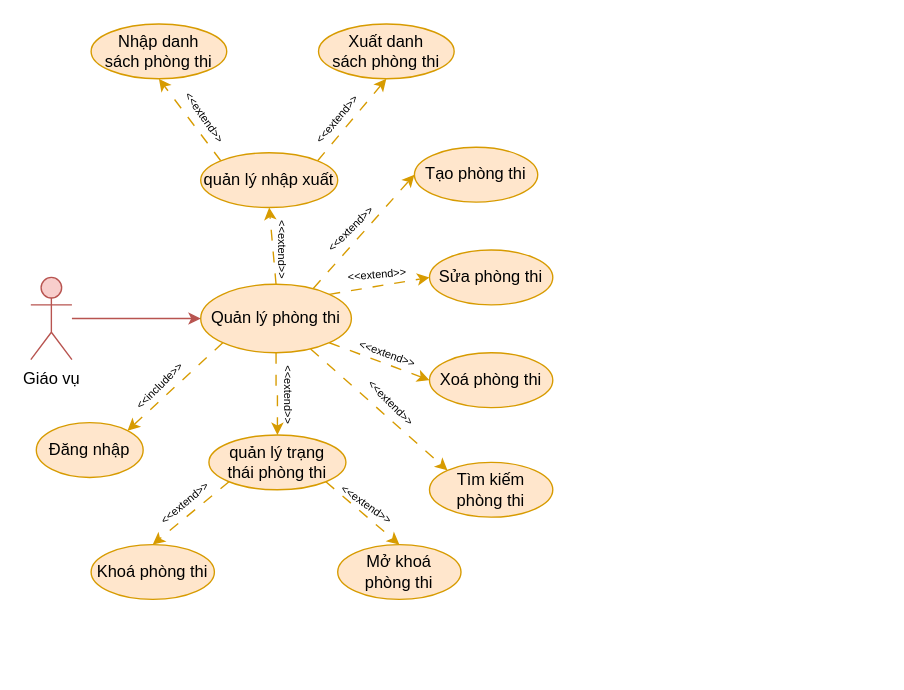
Earlier version of the draw.io diagram document/temp/draw/usecase_phanra/usecase_quanlyphongthi.drawio (copecute/Edudex-Quiz). Source tidied: cells renumbered, new cells numbered last; positions are measured from the earlier drawing's top-left corner, leaving out a move shared by most shapes. Both pictures are drawn from the tidied source at 137%, with x=0, y=0 at pixel (30, 23).
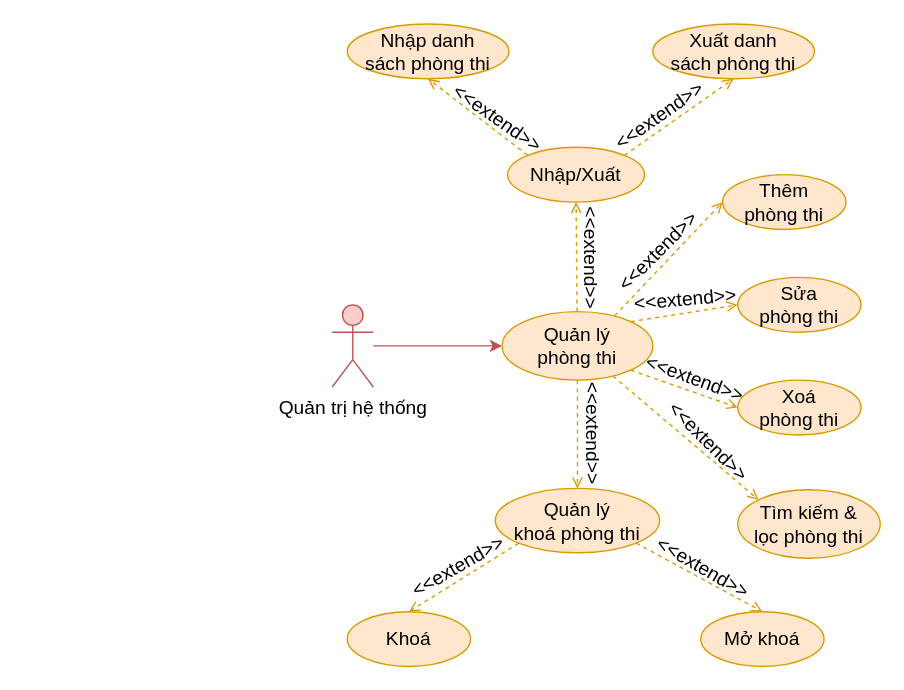
The same page after the edit.

Change to the diagram source:
```diff
@@
-    <mxCell id="2" value="&lt;font style=&quot;font-size: 8px;&quot;&gt;&amp;lt;&amp;lt;extend&amp;gt;&amp;gt;&lt;/font&gt;" style="text;html=1;strokeColor=none;fillColor=none;align=center;verticalAlign=middle;whiteSpace=wrap;rounded=0;rotation=90;" parent="1" vertex="1">
-      <mxGeometry x="155" y="150" width="60" height="30" as="geometry" />
-    </mxCell>
-    <mxCell id="3" style="rounded=0;jettySize=auto;html=1;entryX=0;entryY=0;entryDx=0;entryDy=0;fillColor=#ffe6cc;strokeColor=#d79b00;dashed=1;dashPattern=8 8;" parent="1" edge="1" source="7" target="14">
-      <mxGeometry relative="1" as="geometry" />
-    </mxCell>
-    <mxCell id="4" style="edgeStyle=orthogonalEdgeStyle;rounded=0;jettySize=auto;html=1;entryX=0.5;entryY=0;entryDx=0;entryDy=0;fillColor=#ffe6cc;strokeColor=#d79b00;dashed=1;dashPattern=8 8;" parent="1" edge="1" source="7" target="21">
-      <mxGeometry relative="1" as="geometry" />
-    </mxCell>
-    <mxCell id="5" style="rounded=0;jettySize=auto;html=1;exitX=0.5;exitY=0;exitDx=0;exitDy=0;entryX=0.5;entryY=1;entryDx=0;entryDy=0;fillColor=#ffe6cc;strokeColor=#d79b00;dashed=1;dashPattern=8 8;" parent="1" edge="1" source="7" target="29">
-      <mxGeometry relative="1" as="geometry" />
-    </mxCell>
-    <mxCell id="6" style="rounded=0;jettySize=auto;html=1;exitX=0;exitY=1;exitDx=0;exitDy=0;entryX=1;entryY=0;entryDx=0;entryDy=0;dashed=1;dashPattern=8 8;fillColor=#ffe6cc;strokeColor=#d79b00;" parent="1" edge="1" source="7" target="36">
-      <mxGeometry relative="1" as="geometry" />
-    </mxCell>
+    <mxCell id="38" style="rounded=0;jettySize=auto;html=1;entryX=0;entryY=0;entryDx=0;entryDy=0;fillColor=#ffe6cc;strokeColor=#d79b00;dashed=1;fontSize=14;endArrow=open;endFill=0;" parent="1" edge="1" source="7" target="43">
+      <mxGeometry relative="1" as="geometry" />
+    </mxCell>
+    <mxCell id="39" style="edgeStyle=orthogonalEdgeStyle;rounded=0;jettySize=auto;html=1;entryX=0.5;entryY=0;entryDx=0;entryDy=0;fillColor=#ffe6cc;strokeColor=#d79b00;dashed=1;fontSize=14;endArrow=open;endFill=0;" parent="1" edge="1" source="7" target="50">
+      <mxGeometry relative="1" as="geometry" />
+    </mxCell>
+    <mxCell id="40" style="rounded=0;jettySize=auto;html=1;entryX=0.5;entryY=1;entryDx=0;entryDy=0;fillColor=#ffe6cc;strokeColor=#d79b00;dashed=1;fontSize=14;endArrow=open;endFill=0;" parent="1" edge="1" source="7" target="58">
+      <mxGeometry relative="1" as="geometry" />
+    </mxCell>
-    <mxCell id="7" value="Quản lý phòng thi" style="ellipse;whiteSpace=wrap;html=1;fillColor=#ffe6cc;strokeColor=#d79b00;" parent="1" vertex="1">
-      <mxGeometry x="124" y="190" width="110" height="50" as="geometry" />
+    <mxCell id="7" value="Quản lý&lt;br&gt;phòng thi" style="ellipse;whiteSpace=wrap;html=1;fillColor=#ffe6cc;strokeColor=#d79b00;fontSize=14;" parent="1" vertex="1">
+      <mxGeometry x="344" y="210" width="110" height="50" as="geometry" />
     </mxCell>
-    <mxCell id="8" style="rounded=0;jettySize=auto;html=1;entryX=0;entryY=0.5;entryDx=0;entryDy=0;fillColor=#ffe6cc;strokeColor=#d79b00;exitX=0.747;exitY=0.061;exitDx=0;exitDy=0;exitPerimeter=0;dashed=1;dashPattern=8 8;" parent="1" edge="1" source="7" target="11">
-      <mxGeometry relative="1" as="geometry" />
-    </mxCell>
+    <mxCell id="41" style="rounded=0;jettySize=auto;html=1;entryX=0;entryY=0.5;entryDx=0;entryDy=0;fillColor=#ffe6cc;strokeColor=#d79b00;exitX=0.747;exitY=0.061;exitDx=0;exitDy=0;exitPerimeter=0;dashed=1;fontSize=14;endArrow=open;endFill=0;" parent="1" edge="1" source="7" target="42">
+      <mxGeometry relative="1" as="geometry" />
+    </mxCell>
-    <mxCell id="9" style="rounded=0;jettySize=auto;html=1;entryX=0;entryY=0.5;entryDx=0;entryDy=0;fillColor=#ffe6cc;strokeColor=#d79b00;exitX=1;exitY=0;exitDx=0;exitDy=0;dashed=1;dashPattern=8 8;" parent="1" edge="1" source="7" target="12">
+    <mxCell id="9" style="rounded=0;jettySize=auto;html=1;entryX=0;entryY=0.5;entryDx=0;entryDy=0;fillColor=#ffe6cc;strokeColor=#d79b00;exitX=1;exitY=0;exitDx=0;exitDy=0;dashed=1;fontSize=14;endArrow=open;endFill=0;" parent="1" edge="1" source="7" target="12">
       <mxGeometry relative="1" as="geometry" />
     </mxCell>
-    <mxCell id="10" style="rounded=0;jettySize=auto;html=1;exitX=1;exitY=1;exitDx=0;exitDy=0;entryX=0;entryY=0.5;entryDx=0;entryDy=0;fillColor=#ffe6cc;strokeColor=#d79b00;dashed=1;dashPattern=8 8;" parent="1" edge="1" source="7" target="13">
+    <mxCell id="10" style="rounded=0;jettySize=auto;html=1;exitX=1;exitY=1;exitDx=0;exitDy=0;entryX=0;entryY=0.5;entryDx=0;entryDy=0;fillColor=#ffe6cc;strokeColor=#d79b00;dashed=1;fontSize=14;endArrow=open;endFill=0;" parent="1" edge="1" source="7" target="13">
       <mxGeometry relative="1" as="geometry" />
     </mxCell>
-    <mxCell id="11" value="Tạo phòng thi" style="ellipse;whiteSpace=wrap;html=1;fillColor=#ffe6cc;strokeColor=#d79b00;" parent="1" vertex="1">
-      <mxGeometry x="280" y="90" width="90" height="40" as="geometry" />
-    </mxCell>
+    <mxCell id="42" value="Thêm&lt;br&gt;phòng thi" style="ellipse;whiteSpace=wrap;html=1;fillColor=#ffe6cc;strokeColor=#d79b00;fontSize=14;" parent="1" vertex="1">
+      <mxGeometry x="505" y="110" width="90" height="40" as="geometry" />
+    </mxCell>
-    <mxCell id="12" value="Sửa phòng thi" style="ellipse;whiteSpace=wrap;html=1;fillColor=#ffe6cc;strokeColor=#d79b00;" parent="1" vertex="1">
-      <mxGeometry x="291" y="165" width="90" height="40" as="geometry" />
+    <mxCell id="12" value="Sửa&lt;br&gt;phòng thi" style="ellipse;whiteSpace=wrap;html=1;fillColor=#ffe6cc;strokeColor=#d79b00;fontSize=14;" parent="1" vertex="1">
+      <mxGeometry x="516" y="185" width="90" height="40" as="geometry" />
     </mxCell>
-    <mxCell id="13" value="Xoá phòng thi" style="ellipse;whiteSpace=wrap;html=1;fillColor=#ffe6cc;strokeColor=#d79b00;" parent="1" vertex="1">
-      <mxGeometry x="291" y="240" width="90" height="40" as="geometry" />
+    <mxCell id="13" value="Xoá&lt;br&gt;phòng thi" style="ellipse;whiteSpace=wrap;html=1;fillColor=#ffe6cc;strokeColor=#d79b00;fontSize=14;" parent="1" vertex="1">
+      <mxGeometry x="516" y="260" width="90" height="40" as="geometry" />
     </mxCell>
-    <mxCell id="14" value="Tìm kiếm&lt;br&gt;phòng thi" style="ellipse;whiteSpace=wrap;html=1;fillColor=#ffe6cc;strokeColor=#d79b00;" parent="1" vertex="1">
-      <mxGeometry x="291" y="320" width="90" height="40" as="geometry" />
-    </mxCell>
-    <mxCell id="15" value="&lt;font style=&quot;font-size: 8px;&quot;&gt;&amp;lt;&amp;lt;extend&amp;gt;&amp;gt;&lt;/font&gt;" style="text;html=1;strokeColor=none;fillColor=none;align=center;verticalAlign=middle;whiteSpace=wrap;rounded=0;rotation=-45;" parent="1" vertex="1">
-      <mxGeometry x="203" y="134" width="60" height="30" as="geometry" />
-    </mxCell>
-    <mxCell id="16" value="&lt;font style=&quot;font-size: 8px;&quot;&gt;&amp;lt;&amp;lt;extend&amp;gt;&amp;gt;&lt;/font&gt;" style="text;html=1;strokeColor=none;fillColor=none;align=center;verticalAlign=middle;whiteSpace=wrap;rounded=0;rotation=-5;" parent="1" vertex="1">
-      <mxGeometry x="223" y="167" width="60" height="30" as="geometry" />
-    </mxCell>
-    <mxCell id="17" value="&lt;font style=&quot;font-size: 8px;&quot;&gt;&amp;lt;&amp;lt;extend&amp;gt;&amp;gt;&lt;/font&gt;" style="text;html=1;strokeColor=none;fillColor=none;align=center;verticalAlign=middle;whiteSpace=wrap;rounded=0;rotation=20;" parent="1" vertex="1">
-      <mxGeometry x="231" y="225" width="60" height="30" as="geometry" />
-    </mxCell>
-    <mxCell id="18" value="&lt;font style=&quot;font-size: 8px;&quot;&gt;&amp;lt;&amp;lt;extend&amp;gt;&amp;gt;&lt;/font&gt;" style="text;html=1;strokeColor=none;fillColor=none;align=center;verticalAlign=middle;whiteSpace=wrap;rounded=0;rotation=45;" parent="1" vertex="1">
-      <mxGeometry x="234" y="261" width="60" height="30" as="geometry" />
-    </mxCell>
-    <mxCell id="19" style="rounded=0;jettySize=auto;html=1;exitX=0;exitY=1;exitDx=0;exitDy=0;entryX=0.5;entryY=0;entryDx=0;entryDy=0;fillColor=#ffe6cc;strokeColor=#d79b00;dashed=1;dashPattern=8 8;" parent="1" edge="1" source="21" target="23">
-      <mxGeometry relative="1" as="geometry" />
-    </mxCell>
-    <mxCell id="20" style="rounded=0;jettySize=auto;html=1;exitX=1;exitY=1;exitDx=0;exitDy=0;entryX=0.5;entryY=0;entryDx=0;entryDy=0;fillColor=#ffe6cc;strokeColor=#d79b00;dashed=1;dashPattern=8 8;" parent="1" edge="1" source="21" target="24">
-      <mxGeometry relative="1" as="geometry" />
-    </mxCell>
-    <mxCell id="21" value="quản lý trạng&lt;br&gt;thái phòng&amp;nbsp;thi" style="ellipse;whiteSpace=wrap;html=1;fillColor=#ffe6cc;strokeColor=#d79b00;" parent="1" vertex="1">
-      <mxGeometry x="130" y="300" width="100" height="40" as="geometry" />
-    </mxCell>
-    <mxCell id="22" value="&lt;font style=&quot;font-size: 8px;&quot;&gt;&amp;lt;&amp;lt;extend&amp;gt;&amp;gt;&lt;/font&gt;" style="text;html=1;strokeColor=none;fillColor=none;align=center;verticalAlign=middle;whiteSpace=wrap;rounded=0;rotation=90;" parent="1" vertex="1">
-      <mxGeometry x="159" y="256" width="60" height="30" as="geometry" />
-    </mxCell>
-    <mxCell id="23" value="Khoá phòng&amp;nbsp;thi" style="ellipse;whiteSpace=wrap;html=1;fillColor=#ffe6cc;strokeColor=#d79b00;" parent="1" vertex="1">
-      <mxGeometry x="44" y="380" width="90" height="40" as="geometry" />
-    </mxCell>
-    <mxCell id="24" value="Mở khoá phòng&amp;nbsp;thi" style="ellipse;whiteSpace=wrap;html=1;fillColor=#ffe6cc;strokeColor=#d79b00;" parent="1" vertex="1">
-      <mxGeometry x="224" y="380" width="90" height="40" as="geometry" />
-    </mxCell>
-    <mxCell id="25" value="&lt;font style=&quot;font-size: 8px;&quot;&gt;&amp;lt;&amp;lt;extend&amp;gt;&amp;gt;&lt;/font&gt;" style="text;html=1;strokeColor=none;fillColor=none;align=center;verticalAlign=middle;whiteSpace=wrap;rounded=0;rotation=-40;" parent="1" vertex="1">
-      <mxGeometry x="82" y="334" width="60" height="30" as="geometry" />
-    </mxCell>
-    <mxCell id="26" value="&lt;font style=&quot;font-size: 8px;&quot;&gt;&amp;lt;&amp;lt;extend&amp;gt;&amp;gt;&lt;/font&gt;" style="text;html=1;strokeColor=none;fillColor=none;align=center;verticalAlign=middle;whiteSpace=wrap;rounded=0;rotation=35;" parent="1" vertex="1">
-      <mxGeometry x="216" y="335" width="60" height="30" as="geometry" />
-    </mxCell>
-    <mxCell id="27" style="rounded=0;jettySize=auto;html=1;exitX=0;exitY=0;exitDx=0;exitDy=0;entryX=0.5;entryY=1;entryDx=0;entryDy=0;dashed=1;dashPattern=8 8;fillColor=#ffe6cc;strokeColor=#d79b00;" parent="1" edge="1" source="29" target="31">
-      <mxGeometry relative="1" as="geometry" />
-    </mxCell>
-    <mxCell id="28" style="rounded=0;jettySize=auto;html=1;exitX=1;exitY=0;exitDx=0;exitDy=0;entryX=0.5;entryY=1;entryDx=0;entryDy=0;dashed=1;dashPattern=8 8;fillColor=#ffe6cc;strokeColor=#d79b00;" parent="1" edge="1" source="29" target="30">
-      <mxGeometry relative="1" as="geometry" />
-    </mxCell>
-    <mxCell id="29" value="quản lý nhập xuất" style="ellipse;whiteSpace=wrap;html=1;fillColor=#ffe6cc;strokeColor=#d79b00;" parent="1" vertex="1">
-      <mxGeometry x="124" y="94" width="100" height="40" as="geometry" />
-    </mxCell>
+    <mxCell id="43" value="Tìm kiếm &amp;amp;&lt;br style=&quot;font-size: 14px;&quot;&gt;lọc phòng thi" style="ellipse;whiteSpace=wrap;html=1;fillColor=#ffe6cc;strokeColor=#d79b00;fontSize=14;" parent="1" vertex="1">
+      <mxGeometry x="516" y="340" width="104" height="50" as="geometry" />
+    </mxCell>
+    <mxCell id="44" value="&lt;font style=&quot;font-size: 14px;&quot;&gt;&amp;lt;&amp;lt;extend&amp;gt;&amp;gt;&lt;/font&gt;" style="text;html=1;strokeColor=none;fillColor=none;align=center;verticalAlign=middle;whiteSpace=wrap;rounded=0;rotation=-45;fontSize=14;" parent="1" vertex="1">
+      <mxGeometry x="428" y="151" width="60" height="30" as="geometry" />
+    </mxCell>
+    <mxCell id="45" value="&lt;font style=&quot;font-size: 14px;&quot;&gt;&amp;lt;&amp;lt;extend&amp;gt;&amp;gt;&lt;/font&gt;" style="text;html=1;strokeColor=none;fillColor=none;align=center;verticalAlign=middle;whiteSpace=wrap;rounded=0;rotation=-5;fontSize=14;" parent="1" vertex="1">
+      <mxGeometry x="448" y="186" width="60" height="30" as="geometry" />
+    </mxCell>
+    <mxCell id="46" value="&lt;font style=&quot;font-size: 14px;&quot;&gt;&amp;lt;&amp;lt;extend&amp;gt;&amp;gt;&lt;/font&gt;" style="text;html=1;strokeColor=none;fillColor=none;align=center;verticalAlign=middle;whiteSpace=wrap;rounded=0;rotation=20;fontSize=14;" parent="1" vertex="1">
+      <mxGeometry x="455" y="244" width="60" height="30" as="geometry" />
+    </mxCell>
+    <mxCell id="47" value="&lt;font style=&quot;font-size: 14px;&quot;&gt;&amp;lt;&amp;lt;extend&amp;gt;&amp;gt;&lt;/font&gt;" style="text;html=1;strokeColor=none;fillColor=none;align=center;verticalAlign=middle;whiteSpace=wrap;rounded=0;rotation=45;fontSize=14;" parent="1" vertex="1">
+      <mxGeometry x="465" y="290" width="60" height="30" as="geometry" />
+    </mxCell>
+    <mxCell id="48" style="rounded=0;jettySize=auto;html=1;exitX=0;exitY=1;exitDx=0;exitDy=0;entryX=0.5;entryY=0;entryDx=0;entryDy=0;fillColor=#ffe6cc;strokeColor=#d79b00;fontSize=14;dashed=1;endArrow=open;endFill=0;" parent="1" edge="1" source="50" target="52">
+      <mxGeometry relative="1" as="geometry" />
+    </mxCell>
+    <mxCell id="49" style="rounded=0;jettySize=auto;html=1;exitX=1;exitY=1;exitDx=0;exitDy=0;entryX=0.5;entryY=0;entryDx=0;entryDy=0;fillColor=#ffe6cc;strokeColor=#d79b00;fontSize=14;dashed=1;endArrow=open;endFill=0;" parent="1" edge="1" source="50" target="53">
+      <mxGeometry relative="1" as="geometry" />
+    </mxCell>
+    <mxCell id="50" value="Quản lý&lt;br&gt;khoá phòng thi" style="ellipse;whiteSpace=wrap;html=1;fillColor=#ffe6cc;strokeColor=#d79b00;fontSize=14;" parent="1" vertex="1">
+      <mxGeometry x="339" y="339" width="120" height="47" as="geometry" />
+    </mxCell>
+    <mxCell id="51" value="&lt;font style=&quot;font-size: 14px;&quot;&gt;&amp;lt;&amp;lt;extend&amp;gt;&amp;gt;&lt;/font&gt;" style="text;html=1;strokeColor=none;fillColor=none;align=center;verticalAlign=middle;whiteSpace=wrap;rounded=0;rotation=90;fontSize=14;" parent="1" vertex="1">
+      <mxGeometry x="381" y="284" width="60" height="30" as="geometry" />
+    </mxCell>
+    <mxCell id="52" value="Khoá" style="ellipse;whiteSpace=wrap;html=1;fillColor=#ffe6cc;strokeColor=#d79b00;fontSize=14;" parent="1" vertex="1">
+      <mxGeometry x="231" y="429" width="90" height="40" as="geometry" />
+    </mxCell>
+    <mxCell id="53" value="Mở khoá" style="ellipse;whiteSpace=wrap;html=1;fillColor=#ffe6cc;strokeColor=#d79b00;fontSize=14;" parent="1" vertex="1">
+      <mxGeometry x="489" y="429" width="90" height="40" as="geometry" />
+    </mxCell>
+    <mxCell id="54" value="&lt;font style=&quot;font-size: 14px;&quot;&gt;&amp;lt;&amp;lt;extend&amp;gt;&amp;gt;&lt;/font&gt;" style="text;html=1;strokeColor=none;fillColor=none;align=center;verticalAlign=middle;whiteSpace=wrap;rounded=0;rotation=-30;fontSize=14;" parent="1" vertex="1">
+      <mxGeometry x="282" y="381" width="60" height="30" as="geometry" />
+    </mxCell>
+    <mxCell id="55" value="&lt;font style=&quot;font-size: 14px;&quot;&gt;&amp;lt;&amp;lt;extend&amp;gt;&amp;gt;&lt;/font&gt;" style="text;html=1;strokeColor=none;fillColor=none;align=center;verticalAlign=middle;whiteSpace=wrap;rounded=0;rotation=30;fontSize=14;" parent="1" vertex="1">
+      <mxGeometry x="461" y="382" width="60" height="30" as="geometry" />
+    </mxCell>
+    <mxCell id="56" style="rounded=0;jettySize=auto;html=1;exitX=0;exitY=0;exitDx=0;exitDy=0;dashed=1;fillColor=#ffe6cc;strokeColor=#d79b00;fontSize=14;endArrow=open;endFill=0;" parent="1" edge="1" source="58">
+      <mxGeometry relative="1" as="geometry">
+        <mxPoint x="290" y="40" as="targetPoint" />
+      </mxGeometry>
+    </mxCell>
+    <mxCell id="57" style="rounded=0;jettySize=auto;html=1;exitX=1;exitY=0;exitDx=0;exitDy=0;dashed=1;fillColor=#ffe6cc;strokeColor=#d79b00;fontSize=14;entryX=0.5;entryY=1;entryDx=0;entryDy=0;endArrow=open;endFill=0;" parent="1" edge="1" source="58" target="30">
+      <mxGeometry relative="1" as="geometry" />
+    </mxCell>
+    <mxCell id="58" value="Nhập/Xuất" style="ellipse;whiteSpace=wrap;html=1;fillColor=#ffe6cc;strokeColor=#d79b00;fontSize=14;" parent="1" vertex="1">
+      <mxGeometry x="348" y="90" width="100" height="40" as="geometry" />
+    </mxCell>
+    <mxCell id="59" value="&lt;font style=&quot;font-size: 14px;&quot;&gt;&amp;lt;&amp;lt;extend&amp;gt;&amp;gt;&lt;/font&gt;" style="text;html=1;strokeColor=none;fillColor=none;align=center;verticalAlign=middle;whiteSpace=wrap;rounded=0;rotation=90;fontSize=14;" parent="1" vertex="1">
+      <mxGeometry x="379" y="156" width="60" height="30" as="geometry" />
+    </mxCell>
+    <mxCell id="31" value="Nhập danh&lt;br style=&quot;font-size: 14px;&quot;&gt;sách phòng thi" style="ellipse;whiteSpace=wrap;html=1;fillColor=#ffe6cc;strokeColor=#d79b00;fontSize=14;" parent="1" vertex="1">
+      <mxGeometry x="231" width="118" height="40" as="geometry" />
+    </mxCell>
+    <mxCell id="60" value="&lt;font style=&quot;font-size: 14px;&quot;&gt;&amp;lt;&amp;lt;extend&amp;gt;&amp;gt;&lt;/font&gt;" style="text;html=1;strokeColor=none;fillColor=none;align=center;verticalAlign=middle;whiteSpace=wrap;rounded=0;rotation=35;fontSize=14;" parent="1" vertex="1">
+      <mxGeometry x="311" y="54" width="60" height="30" as="geometry" />
+    </mxCell>
+    <mxCell id="61" value="&lt;font style=&quot;font-size: 14px;&quot;&gt;&amp;lt;&amp;lt;extend&amp;gt;&amp;gt;&lt;/font&gt;" style="text;html=1;strokeColor=none;fillColor=none;align=center;verticalAlign=middle;whiteSpace=wrap;rounded=0;rotation=-35;fontSize=14;" parent="1" vertex="1">
+      <mxGeometry x="429" y="52" width="60" height="30" as="geometry" />
+    </mxCell>
+    <mxCell id="62" style="rounded=0;jettySize=auto;html=1;entryX=0;entryY=0.5;entryDx=0;entryDy=0;fillColor=#f8cecc;strokeColor=#b85450;fontSize=14;" parent="1" edge="1" source="63">
+      <mxGeometry relative="1" as="geometry">
+        <mxPoint x="344" y="235" as="targetPoint" />
+      </mxGeometry>
+    </mxCell>
+    <mxCell id="63" value="Quản trị hệ thống" style="shape=umlActor;verticalLabelPosition=bottom;verticalAlign=top;html=1;outlineConnect=0;fillColor=#f8cecc;strokeColor=#b85450;fontSize=14;" parent="1" vertex="1">
+      <mxGeometry x="220" y="205" width="30" height="60" as="geometry" />
+    </mxCell>
-    <mxCell id="30" value="Xuất danh&lt;br&gt;sách phòng thi" style="ellipse;whiteSpace=wrap;html=1;fillColor=#ffe6cc;strokeColor=#d79b00;" parent="1" vertex="1">
-      <mxGeometry x="210" width="99" height="40" as="geometry" />
+    <mxCell id="30" value="Xuất danh&lt;br style=&quot;font-size: 14px;&quot;&gt;sách phòng thi" style="ellipse;whiteSpace=wrap;html=1;fillColor=#ffe6cc;strokeColor=#d79b00;fontSize=14;" parent="1" vertex="1">
+      <mxGeometry x="454" width="118" height="40" as="geometry" />
     </mxCell>
-    <mxCell id="31" value="Nhập danh&lt;br&gt;sách&amp;nbsp;phòng thi" style="ellipse;whiteSpace=wrap;html=1;fillColor=#ffe6cc;strokeColor=#d79b00;" parent="1" vertex="1">
-      <mxGeometry x="44" width="99" height="40" as="geometry" />
-    </mxCell>
-    <mxCell id="32" value="&lt;font style=&quot;font-size: 8px;&quot;&gt;&amp;lt;&amp;lt;extend&amp;gt;&amp;gt;&lt;/font&gt;" style="text;html=1;strokeColor=none;fillColor=none;align=center;verticalAlign=middle;whiteSpace=wrap;rounded=0;rotation=55;" parent="1" vertex="1">
-      <mxGeometry x="98" y="53" width="60" height="30" as="geometry" />
-    </mxCell>
-    <mxCell id="33" value="&lt;font style=&quot;font-size: 8px;&quot;&gt;&amp;lt;&amp;lt;extend&amp;gt;&amp;gt;&lt;/font&gt;" style="text;html=1;strokeColor=none;fillColor=none;align=center;verticalAlign=middle;whiteSpace=wrap;rounded=0;rotation=-50;" parent="1" vertex="1">
-      <mxGeometry x="193" y="54" width="60" height="30" as="geometry" />
-    </mxCell>
-    <mxCell id="34" style="rounded=0;jettySize=auto;html=1;entryX=0;entryY=0.5;entryDx=0;entryDy=0;fillColor=#f8cecc;strokeColor=#b85450;" parent="1" edge="1" source="35">
-      <mxGeometry relative="1" as="geometry">
-        <mxPoint x="124" y="215" as="targetPoint" />
-      </mxGeometry>
-    </mxCell>
-    <mxCell id="35" value="Giáo vụ" style="shape=umlActor;verticalLabelPosition=bottom;verticalAlign=top;html=1;outlineConnect=0;fillColor=#f8cecc;strokeColor=#b85450;" parent="1" vertex="1">
-      <mxGeometry y="185" width="30" height="60" as="geometry" />
-    </mxCell>
-    <mxCell id="36" value="Đăng nhập" style="ellipse;whiteSpace=wrap;html=1;fillColor=#ffe6cc;strokeColor=#d79b00;" parent="1" vertex="1">
-      <mxGeometry x="4" y="291" width="78" height="40" as="geometry" />
-    </mxCell>
-    <mxCell id="37" value="&amp;lt;&amp;lt;include&amp;gt;&amp;gt;" style="text;html=1;align=center;verticalAlign=middle;strokeColor=none;fillColor=none;fontSize=8;rotation=-45;" parent="1" vertex="1">
-      <mxGeometry x="58.5" y="255" width="70" height="20" as="geometry" />
-    </mxCell>
```
